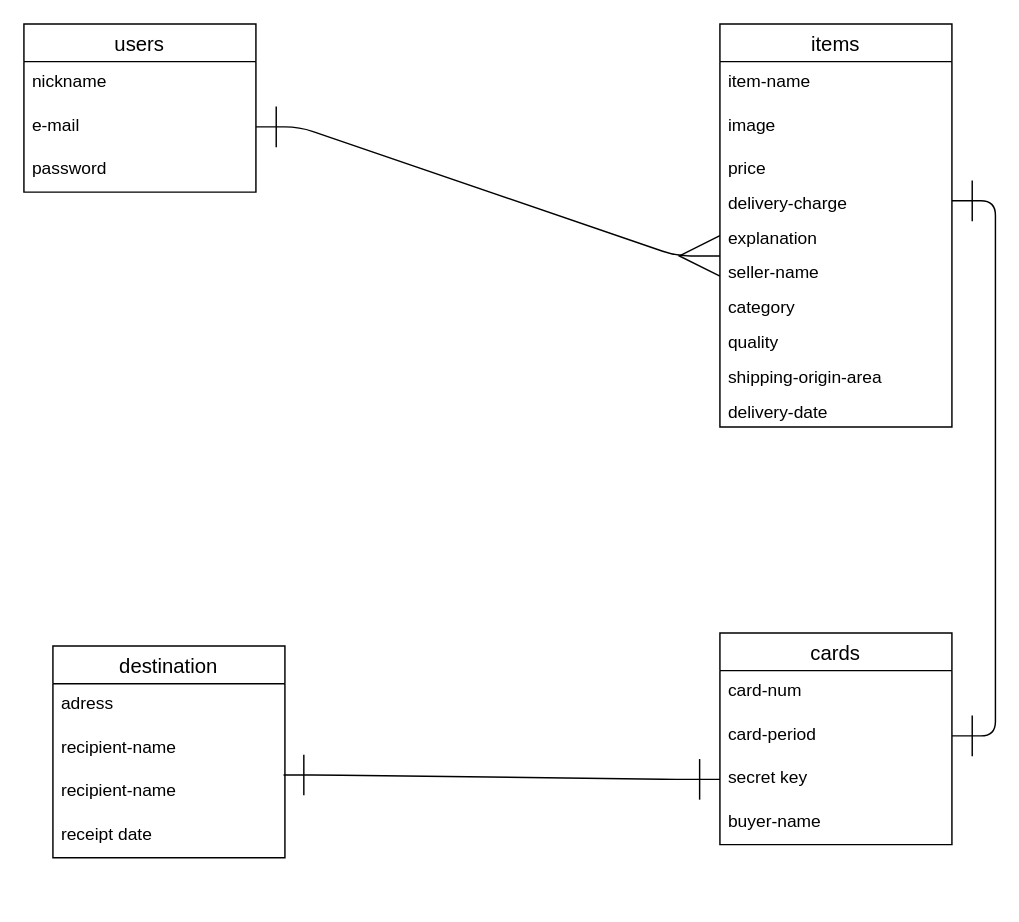
yoppy44/furima-39513 keeps this draw.io diagram as furima-39513.dio. Above is the earlier version. Source tidied: cells renumbered, new cells numbered last; positions are measured from the earlier drawing's top-left corner, leaving out a move shared by most shapes. Both pictures are drawn from the tidied source at 145%, with x=0, y=0 at pixel (23, 23).
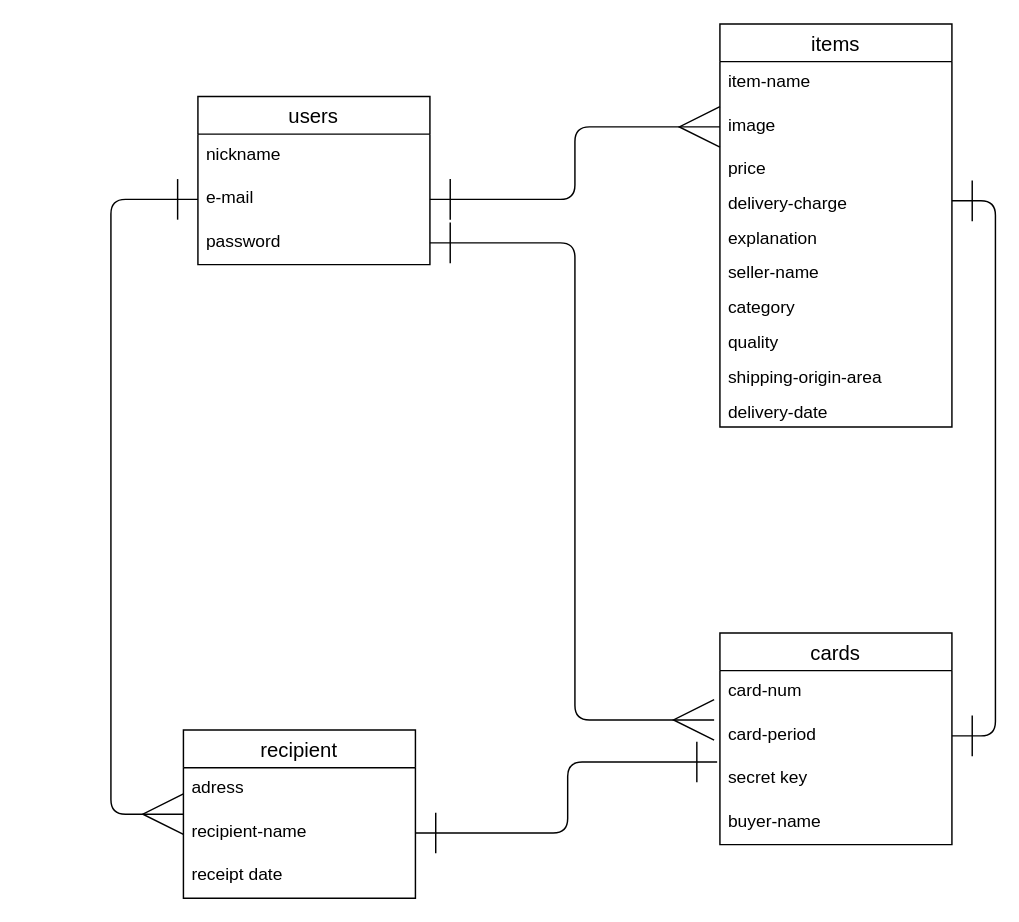
Above is the later version.

The change refers to these unchanged cells:
```xml
<mxCell id="4" value="e-mail" style="text;strokeColor=none;fillColor=none;spacingLeft=4;spacingRight=4;overflow=hidden;points=[[0,0.5],[1,0.5]];portConstraint=eastwest;fontSize=12;" parent="2" vertex="1">
  <mxGeometry y="56" width="160" height="30" as="geometry" />
</mxCell>
<mxCell id="5" value="password" style="text;strokeColor=none;fillColor=none;spacingLeft=4;spacingRight=4;overflow=hidden;points=[[0,0.5],[1,0.5]];portConstraint=eastwest;fontSize=12;" parent="2" vertex="1">
  <mxGeometry y="86" width="160" height="30" as="geometry" />
</mxCell>
<mxCell id="8" value="image" style="text;strokeColor=none;fillColor=none;spacingLeft=4;spacingRight=4;overflow=hidden;points=[[0,0.5],[1,0.5]];portConstraint=eastwest;fontSize=12;" parent="6" vertex="1">
  <mxGeometry y="56" width="160" height="30" as="geometry" />
</mxCell>
<mxCell id="12" value="seller-name" style="text;strokeColor=none;fillColor=none;spacingLeft=4;spacingRight=4;overflow=hidden;points=[[0,0.5],[1,0.5]];portConstraint=eastwest;fontSize=12;" parent="6" vertex="1">
  <mxGeometry y="158" width="160" height="24" as="geometry" />
</mxCell>
<mxCell id="20" value="card-period" style="text;strokeColor=none;fillColor=none;spacingLeft=4;spacingRight=4;overflow=hidden;points=[[0,0.5],[1,0.5]];portConstraint=eastwest;fontSize=12;fontFamily=Helvetica;fontColor=default;startSize=26;" parent="18" vertex="1">
  <mxGeometry y="56" width="160" height="30" as="geometry" />
</mxCell>
<mxCell id="21" value="secret key" style="text;strokeColor=none;fillColor=none;spacingLeft=4;spacingRight=4;overflow=hidden;points=[[0,0.5],[1,0.5]];portConstraint=eastwest;fontSize=12;fontFamily=Helvetica;fontColor=default;startSize=26;" parent="18" vertex="1">
  <mxGeometry y="86" width="160" height="30" as="geometry" />
</mxCell>
<mxCell id="25" value="recipient-name" style="text;strokeColor=none;fillColor=none;spacingLeft=4;spacingRight=4;overflow=hidden;points=[[0,0.5],[1,0.5]];portConstraint=eastwest;fontSize=12;fontFamily=Helvetica;fontColor=default;startSize=26;" parent="23" vertex="1">
  <mxGeometry y="56" width="160" height="30" as="geometry" />
</mxCell>
```

Change to the diagram source:
```diff
@@
     <mxCell id="2" value="users" style="swimlane;fontStyle=0;horizontal=1;startSize=26;align=center;fontSize=14;" parent="1" vertex="1">
-      <mxGeometry width="160" height="116" as="geometry" />
+      <mxGeometry x="120" y="50" width="160" height="116" as="geometry" />
     </mxCell>
@@
-    <mxCell id="17" style="edgeStyle=entityRelationEdgeStyle;html=1;exitX=0;exitY=0.083;exitDx=0;exitDy=0;entryX=1;entryY=0.5;entryDx=0;entryDy=0;fontFamily=Helvetica;fontSize=14;fontColor=default;startArrow=ERmany;startFill=0;startSize=26;exitPerimeter=0;endArrow=ERone;endFill=0;endSize=26;" parent="1" edge="1" source="12" target="4">
+    <mxCell id="17" style="edgeStyle=orthogonalEdgeStyle;html=1;entryX=1;entryY=0.5;entryDx=0;entryDy=0;fontFamily=Helvetica;fontSize=14;fontColor=default;startArrow=ERmany;startFill=0;startSize=26;endArrow=ERone;endFill=0;endSize=26;exitX=0;exitY=0.5;exitDx=0;exitDy=0;" parent="1" edge="1" source="8" target="4">
       <mxGeometry relative="1" as="geometry" />
     </mxCell>
@@
-    <mxCell id="23" value="destination" style="swimlane;fontStyle=0;horizontal=1;startSize=26;align=center;fontSize=14;strokeColor=default;fontFamily=Helvetica;fontColor=default;fillColor=default;" parent="1" vertex="1">
-      <mxGeometry x="20" y="429" width="160" height="146" as="geometry" />
+    <mxCell id="23" value="recipient" style="swimlane;fontStyle=0;horizontal=1;startSize=26;align=center;fontSize=14;strokeColor=default;fontFamily=Helvetica;fontColor=default;fillColor=default;" parent="1" vertex="1">
+      <mxGeometry x="110" y="487" width="160" height="116" as="geometry" />
     </mxCell>
@@
-    <mxCell id="26" value="recipient-name" style="text;strokeColor=none;fillColor=none;spacingLeft=4;spacingRight=4;overflow=hidden;points=[[0,0.5],[1,0.5]];portConstraint=eastwest;fontSize=12;fontFamily=Helvetica;fontColor=default;startSize=26;" parent="23" vertex="1">
-      <mxGeometry y="86" width="160" height="30" as="geometry" />
-    </mxCell>
     <mxCell id="27" value="receipt date" style="text;strokeColor=none;fillColor=none;spacingLeft=4;spacingRight=4;overflow=hidden;fontSize=12;fontFamily=Helvetica;fontColor=default;startSize=26;" parent="23" vertex="1">
-      <mxGeometry y="116" width="160" height="30" as="geometry" />
+      <mxGeometry y="86" width="160" height="30" as="geometry" />
     </mxCell>
-    <mxCell id="28" style="edgeStyle=entityRelationEdgeStyle;html=1;exitX=0;exitY=0.5;exitDx=0;exitDy=0;entryX=0.994;entryY=0.1;entryDx=0;entryDy=0;entryPerimeter=0;fontFamily=Helvetica;fontSize=14;fontColor=default;startArrow=ERone;startFill=0;startSize=26;endArrow=ERone;endFill=0;endSize=26;" parent="1" edge="1" source="21" target="26">
-      <mxGeometry relative="1" as="geometry" />
-    </mxCell>
@@
+    <mxCell id="30" style="edgeStyle=orthogonalEdgeStyle;html=1;exitX=1;exitY=0.5;exitDx=0;exitDy=0;fontFamily=Helvetica;fontSize=14;fontColor=default;startArrow=ERone;startFill=0;endArrow=ERone;endFill=0;startSize=26;endSize=26;entryX=-0.012;entryY=0.1;entryDx=0;entryDy=0;entryPerimeter=0;" parent="1" edge="1" source="25" target="21">
+      <mxGeometry relative="1" as="geometry" />
+    </mxCell>
+    <mxCell id="31" style="edgeStyle=orthogonalEdgeStyle;html=1;exitX=1;exitY=0.5;exitDx=0;exitDy=0;entryX=-0.025;entryY=0.133;entryDx=0;entryDy=0;entryPerimeter=0;fontFamily=Helvetica;fontSize=14;fontColor=default;startArrow=ERone;startFill=0;endArrow=ERmany;endFill=0;startSize=26;endSize=26;" parent="1" edge="1" source="5" target="20">
+      <mxGeometry relative="1" as="geometry" />
+    </mxCell>
+    <mxCell id="32" style="edgeStyle=orthogonalEdgeStyle;html=1;exitX=0;exitY=0.5;exitDx=0;exitDy=0;entryX=0;entryY=0.5;entryDx=0;entryDy=0;fontFamily=Helvetica;fontSize=14;fontColor=default;startArrow=ERone;startFill=0;endArrow=ERmany;endFill=0;startSize=26;endSize=26;" parent="1" edge="1" source="4" target="23">
+      <mxGeometry relative="1" as="geometry">
+        <Array as="points">
+          <mxPoint x="60" y="121" />
+          <mxPoint x="60" y="545" />
+        </Array>
+      </mxGeometry>
+    </mxCell>
```
